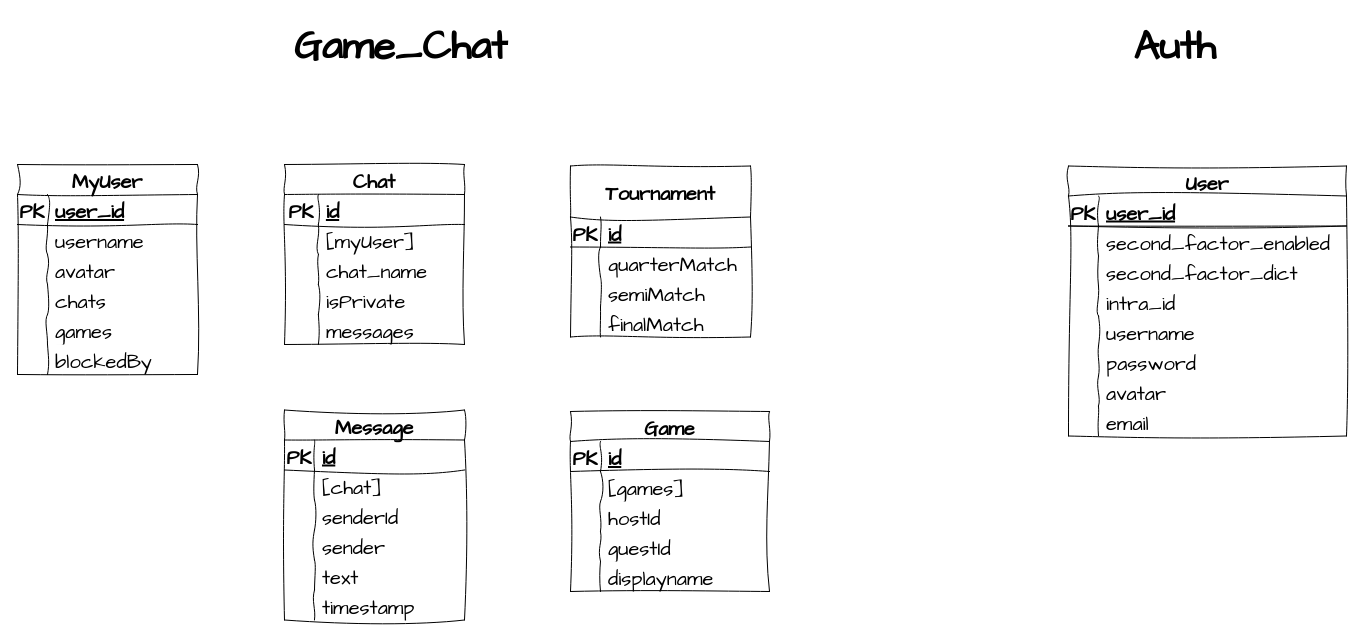
This is page "Databases" (1 of 2) of docs/architecture/db.drawio from minthe/ft_transcendence, a draw.io file, before an edit. Source tidied: cells renumbered, new cells numbered last; positions are measured from the earlier drawing's top-left corner, leaving out a move shared by most shapes. Both pictures are drawn from the tidied source at 100%, with x=0, y=0 at pixel (17, 17).
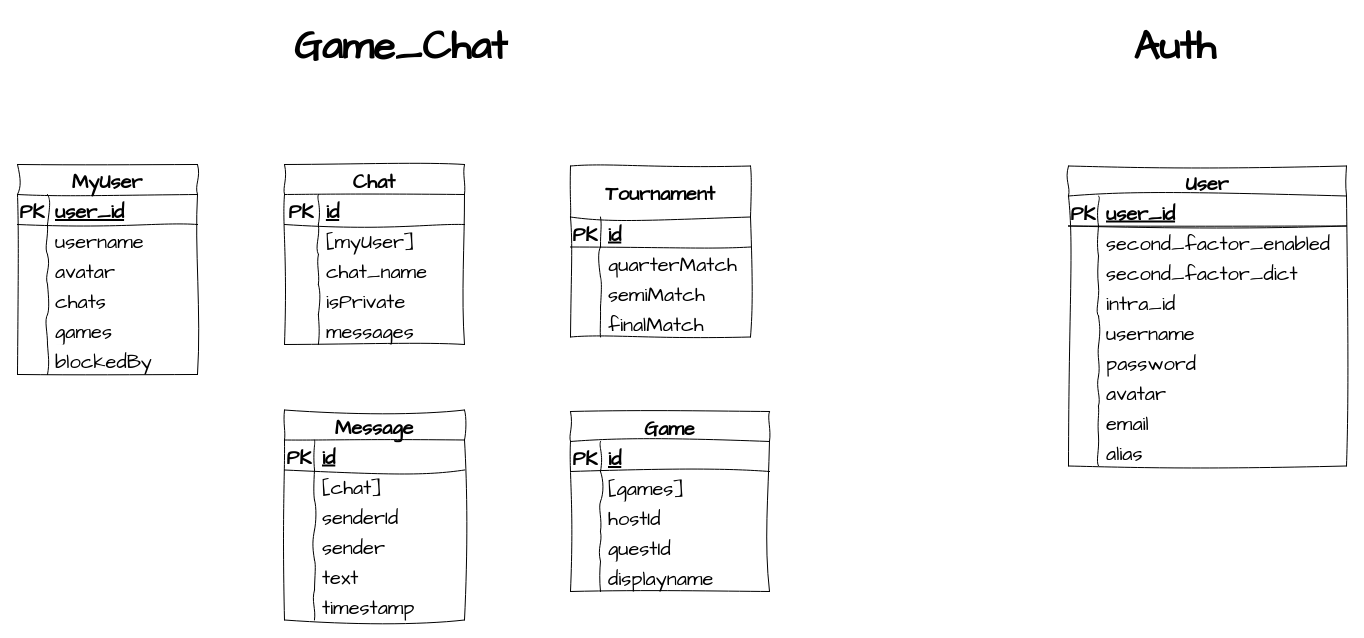
Above is the later version.

The edit, as a diff of the source:
```diff
@@
     <mxCell id="2" value="User" style="shape=table;startSize=30;childLayout=tableLayout;rowLines=0;fontStyle=1;align=center;sketch=1;hachureGap=4;jiggle=2;curveFitting=1;fontFamily=Architects Daughter;fontSize=20;disableMultiStroke=1;disableMultiStrokeFill=1;" parent="1" vertex="1">
-      <mxGeometry x="1051" y="148.5" width="278" height="270" as="geometry" />
+      <mxGeometry x="1051" y="148.5" width="278" height="300" as="geometry" />
     </mxCell>
@@
+    <mxCell id="112" style="shape=tableRow;horizontal=0;startSize=0;swimlaneHead=0;swimlaneBody=0;fillColor=none;top=0;left=0;right=0;bottom=0;sketch=1;hachureGap=4;jiggle=2;curveFitting=1;fontFamily=Architects Daughter;fontSize=20;" parent="2" vertex="1">
+      <mxGeometry y="270" width="278" height="30" as="geometry" />
+    </mxCell>
+    <mxCell id="113" style="shape=partialRectangle;fillColor=none;top=0;left=0;bottom=0;right=0;overflow=hidden;sketch=1;hachureGap=4;jiggle=2;curveFitting=1;fontFamily=Architects Daughter;fontSize=20;" parent="112" vertex="1">
+      <mxGeometry width="30" height="30" as="geometry" />
+    </mxCell>
+    <mxCell id="114" value="alias" style="shape=partialRectangle;fillColor=none;top=0;left=0;bottom=0;right=0;align=left;spacingLeft=6;overflow=hidden;sketch=1;hachureGap=4;jiggle=2;curveFitting=1;fontFamily=Architects Daughter;fontSize=20;" parent="112" vertex="1">
+      <mxGeometry x="30" width="248" height="30" as="geometry" />
+    </mxCell>
```
